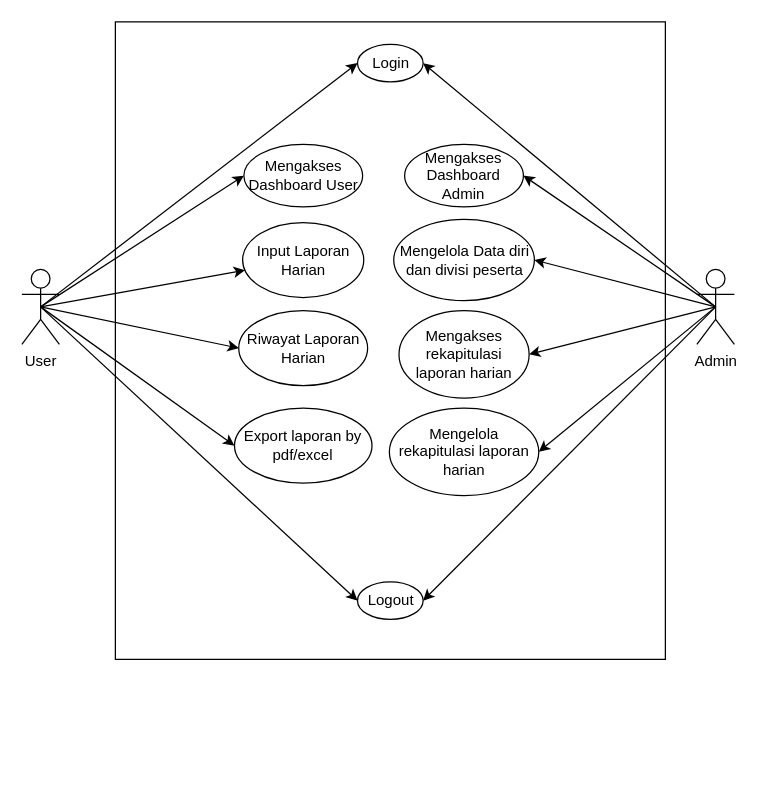
niflAkuy/MonitoringMagang keeps this draw.io diagram as Use Case DIagram.drawio. Above is the earlier version. Source tidied: cells renumbered, new cells numbered last; positions are measured from the earlier drawing's top-left corner, leaving out a move shared by most shapes. Both pictures are drawn from the tidied source at 125%, with x=0, y=0 at pixel (21, 21).
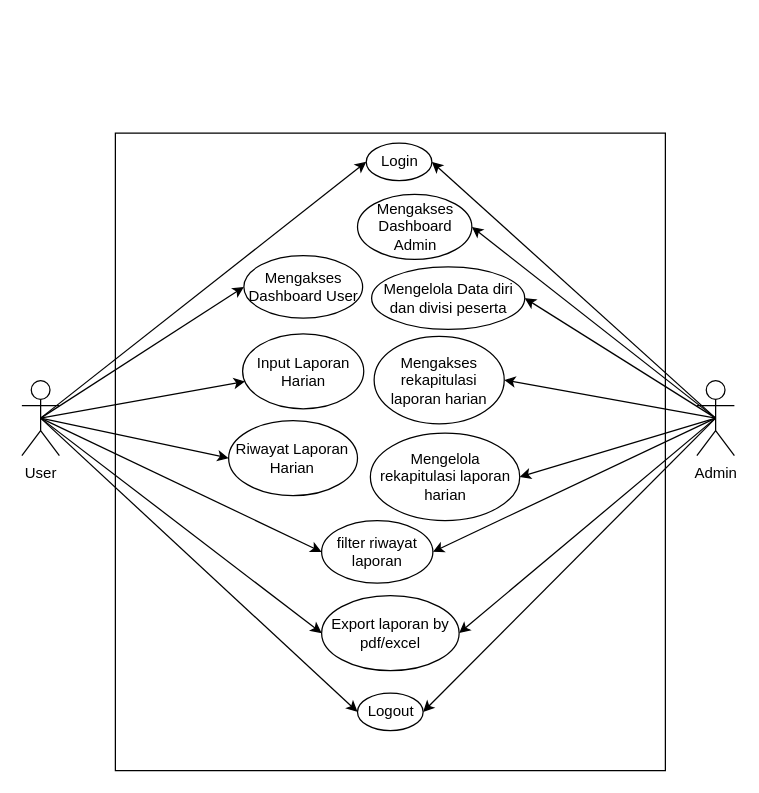
After the change.

The edit, as a diff of the source:
```diff
@@
     <mxCell id="2" style="rounded=0;whiteSpace=wrap;html=1;" parent="1" vertex="1">
-      <mxGeometry x="74.8" width="440" height="510" as="geometry" />
+      <mxGeometry x="74.8" y="89" width="440" height="510" as="geometry" />
     </mxCell>
@@
+    <mxCell id="27" style="edgeStyle=none;rounded=0;jettySize=auto;html=1;exitX=0.5;exitY=0.5;exitDx=0;exitDy=0;exitPerimeter=0;entryX=0;entryY=0.5;entryDx=0;entryDy=0;" parent="1" edge="1" source="8" target="30">
+      <mxGeometry relative="1" as="geometry" />
+    </mxCell>
     <mxCell id="8" value="User" style="shape=umlActor;verticalLabelPosition=bottom;verticalAlign=top;html=1;outlineConnect=0;" parent="1" vertex="1">
-      <mxGeometry y="198" width="30" height="60" as="geometry" />
+      <mxGeometry y="287" width="30" height="60" as="geometry" />
     </mxCell>
     <mxCell id="9" value="Login" style="ellipse;whiteSpace=wrap;html=1;" parent="1" vertex="1">
-      <mxGeometry x="268.5" y="18" width="52.5" height="30" as="geometry" />
+      <mxGeometry x="275.5" y="97" width="52.5" height="30" as="geometry" />
     </mxCell>
     <mxCell id="10" value="Mengakses Dashboard User" style="ellipse;whiteSpace=wrap;html=1;" parent="1" vertex="1">
-      <mxGeometry x="177.6" y="98" width="95" height="50" as="geometry" />
+      <mxGeometry x="177.6" y="187" width="95" height="50" as="geometry" />
     </mxCell>
     <mxCell id="11" value="Input Laporan Harian" style="ellipse;whiteSpace=wrap;html=1;" parent="1" vertex="1">
-      <mxGeometry x="176.6" y="160.5" width="96.9" height="60" as="geometry" />
+      <mxGeometry x="176.6" y="249.5" width="96.9" height="60" as="geometry" />
     </mxCell>
     <mxCell id="12" value="Export laporan by pdf/excel" style="ellipse;whiteSpace=wrap;html=1;" parent="1" vertex="1">
-      <mxGeometry x="170.1" y="309" width="110" height="60" as="geometry" />
+      <mxGeometry x="239.8" y="459" width="110" height="60" as="geometry" />
     </mxCell>
     <mxCell id="13" value="Logout" style="ellipse;whiteSpace=wrap;html=1;" parent="1" vertex="1">
-      <mxGeometry x="268.5" y="448" width="52.5" height="30" as="geometry" />
+      <mxGeometry x="268.5" y="537" width="52.5" height="30" as="geometry" />
     </mxCell>
     <mxCell id="14" value="Riwayat Laporan Harian" style="ellipse;whiteSpace=wrap;html=1;" parent="1" vertex="1">
-      <mxGeometry x="173.5" y="231" width="103.1" height="60" as="geometry" />
+      <mxGeometry x="165.4" y="319" width="103.1" height="60" as="geometry" />
     </mxCell>
@@
+    <mxCell id="28" style="edgeStyle=none;rounded=0;jettySize=auto;html=1;exitX=0.5;exitY=0.5;exitDx=0;exitDy=0;exitPerimeter=0;entryX=1;entryY=0.5;entryDx=0;entryDy=0;" parent="1" edge="1" source="21" target="12">
+      <mxGeometry relative="1" as="geometry" />
+    </mxCell>
+    <mxCell id="29" style="edgeStyle=none;rounded=0;jettySize=auto;html=1;exitX=0.5;exitY=0.5;exitDx=0;exitDy=0;exitPerimeter=0;entryX=1;entryY=0.5;entryDx=0;entryDy=0;" parent="1" edge="1" source="21" target="30">
+      <mxGeometry relative="1" as="geometry" />
+    </mxCell>
     <mxCell id="21" value="Admin" style="shape=umlActor;verticalLabelPosition=bottom;verticalAlign=top;html=1;outlineConnect=0;" parent="1" vertex="1">
-      <mxGeometry x="540" y="198" width="30" height="60" as="geometry" />
+      <mxGeometry x="540" y="287" width="30" height="60" as="geometry" />
     </mxCell>
     <mxCell id="22" value="Mengakses Dashboard Admin" style="ellipse;whiteSpace=wrap;html=1;" parent="1" vertex="1">
-      <mxGeometry x="306.2" y="98" width="95" height="50" as="geometry" />
+      <mxGeometry x="268.5" y="138" width="91.5" height="52" as="geometry" />
     </mxCell>
     <mxCell id="23" value="Mengelola Data diri dan divisi peserta" style="ellipse;whiteSpace=wrap;html=1;" parent="1" vertex="1">
-      <mxGeometry x="297.5" y="158" width="112.5" height="65" as="geometry" />
+      <mxGeometry x="279.8" y="196" width="122.5" height="50" as="geometry" />
     </mxCell>
     <mxCell id="24" value="Mengakses rekapitulasi laporan harian" style="ellipse;whiteSpace=wrap;html=1;" parent="1" vertex="1">
-      <mxGeometry x="301.7" y="231" width="104.1" height="70" as="geometry" />
+      <mxGeometry x="281.8" y="251.5" width="104.1" height="70" as="geometry" />
     </mxCell>
     <mxCell id="25" value="Mengelola rekapitulasi laporan harian" style="ellipse;whiteSpace=wrap;html=1;" parent="1" vertex="1">
-      <mxGeometry x="294" y="309" width="119.5" height="70" as="geometry" />
+      <mxGeometry x="278.8" y="329" width="119.5" height="70" as="geometry" />
     </mxCell>
@@
+    <mxCell id="30" value="filter riwayat laporan" style="ellipse;whiteSpace=wrap;html=1;" parent="1" vertex="1">
+      <mxGeometry x="239.8" y="399" width="89" height="50" as="geometry" />
+    </mxCell>
```
